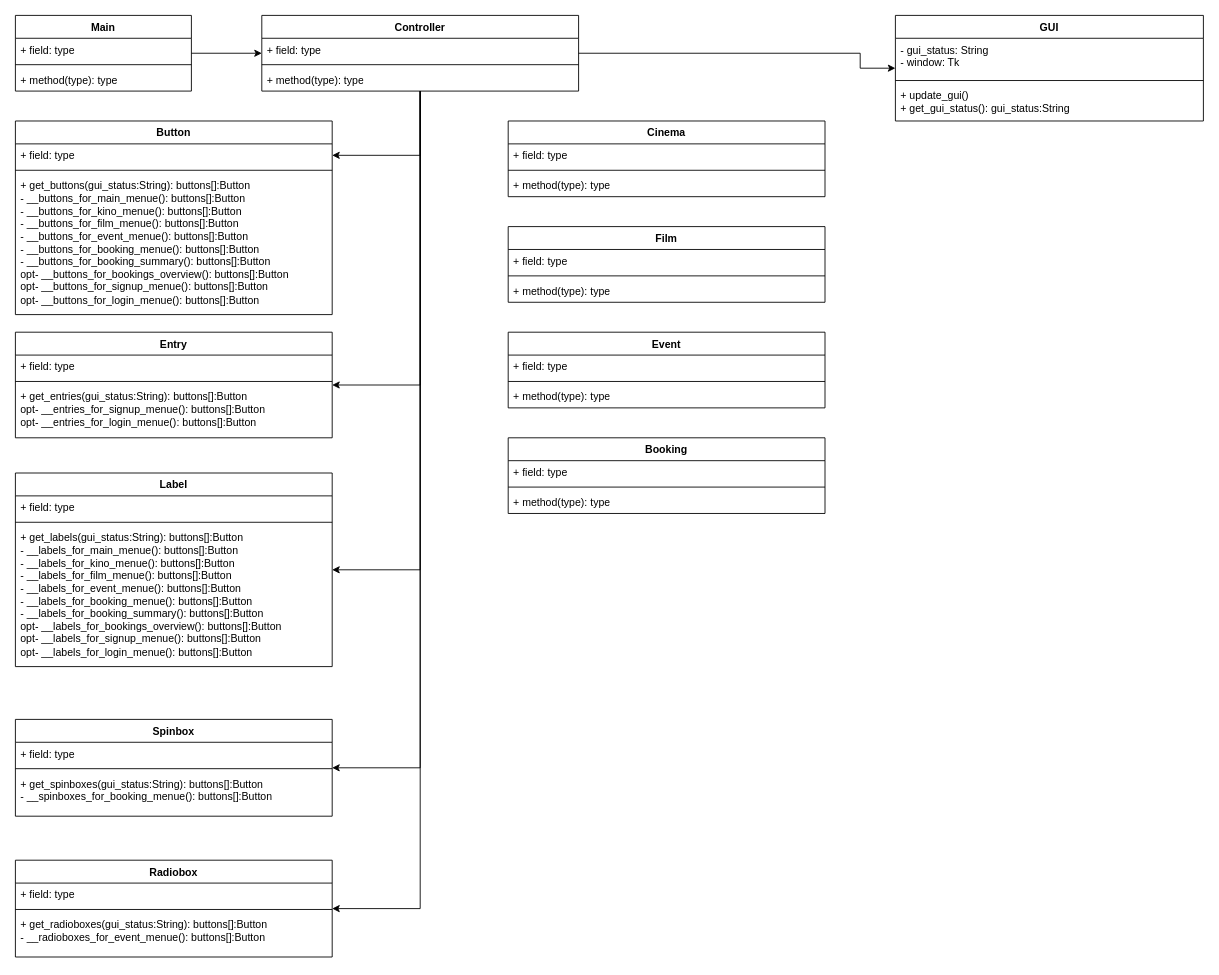
SirPatschiii/Kinobuchungsprogramm keeps this draw.io diagram as Klassendiagramm Kinobuchungsprogramm.drawio. Above is the earlier version. Source tidied: cells renumbered, new cells numbered last; positions are measured from the earlier drawing's top-left corner, leaving out a move shared by most shapes. Both pictures are drawn from the tidied source at 88%, with x=0, y=0 at pixel (15, 15).
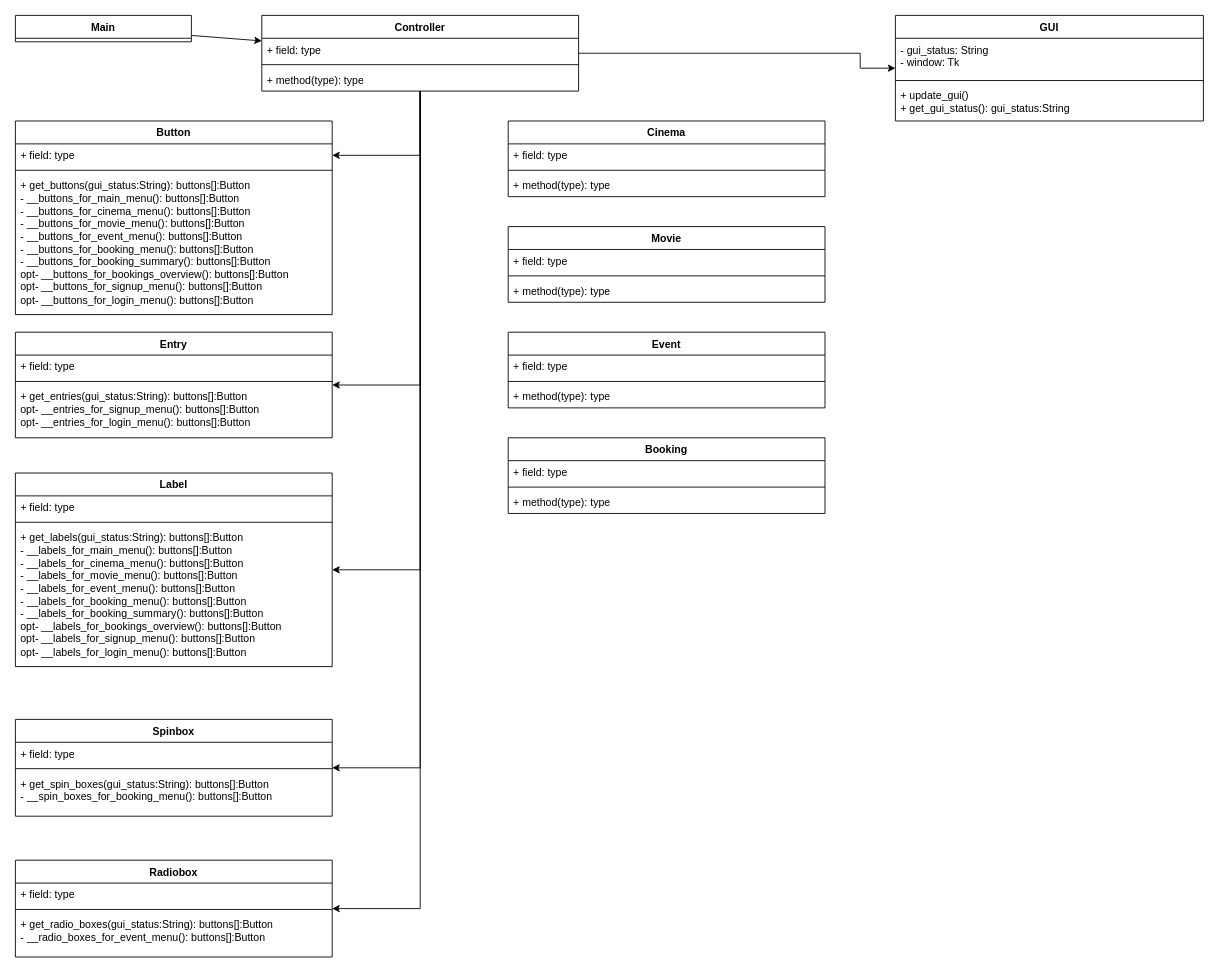
After the change.

Unchanged cells that the change refers to:
```xml
<mxCell id="16" value="Button" style="swimlane;fontStyle=1;align=center;verticalAlign=top;horizontal=1;startSize=26;whiteSpace=wrap;html=1;" parent="1" vertex="1">
  <mxGeometry y="120" width="360" height="220" as="geometry" />
</mxCell>
<mxCell id="21" value="Entry" style="swimlane;fontStyle=1;align=center;verticalAlign=top;horizontal=1;startSize=26;whiteSpace=wrap;html=1;" parent="1" vertex="1">
  <mxGeometry y="360" width="360" height="120" as="geometry" />
</mxCell>
<mxCell id="25" value="Label" style="swimlane;fontStyle=1;align=center;verticalAlign=top;horizontal=1;startSize=26;whiteSpace=wrap;html=1;" parent="1" vertex="1">
  <mxGeometry y="520" width="360" height="220" as="geometry" />
</mxCell>
<mxCell id="29" value="Spinbox" style="swimlane;fontStyle=1;align=center;verticalAlign=top;horizontal=1;startSize=26;whiteSpace=wrap;html=1;" parent="1" vertex="1">
  <mxGeometry y="800" width="360" height="110" as="geometry" />
</mxCell>
<mxCell id="33" value="Radiobox" style="swimlane;fontStyle=1;align=center;verticalAlign=top;horizontal=1;startSize=26;whiteSpace=wrap;html=1;" parent="1" vertex="1">
  <mxGeometry y="960" width="360" height="110" as="geometry" />
</mxCell>
```

Change to the diagram source:
```diff
@@
     <mxCell id="3" value="Main" style="swimlane;fontStyle=1;align=center;verticalAlign=top;horizontal=1;startSize=26;whiteSpace=wrap;html=1;" parent="1" vertex="1">
-      <mxGeometry width="200" height="86" as="geometry" />
+      <mxGeometry width="200" height="30" as="geometry" />
     </mxCell>
-    <mxCell id="4" value="+ field: type" style="text;strokeColor=none;fillColor=none;align=left;verticalAlign=top;spacingLeft=4;spacingRight=4;overflow=hidden;whiteSpace=wrap;html=1;" parent="3" vertex="1">
-      <mxGeometry y="26" width="200" height="26" as="geometry" />
-    </mxCell>
-    <mxCell id="5" style="line;strokeWidth=1;fillColor=none;align=left;verticalAlign=middle;spacingTop=-1;spacingLeft=3;spacingRight=3;labelPosition=right;strokeColor=inherit;" parent="3" vertex="1">
-      <mxGeometry y="52" width="200" height="8" as="geometry" />
-    </mxCell>
-    <mxCell id="6" value="+ method(type): type" style="text;strokeColor=none;fillColor=none;align=left;verticalAlign=top;spacingLeft=4;spacingRight=4;overflow=hidden;whiteSpace=wrap;html=1;" parent="3" vertex="1">
-      <mxGeometry y="60" width="200" height="26" as="geometry" />
-    </mxCell>
@@
-    <mxCell id="19" value="+ get_buttons(gui_status:String): buttons[]:Button&lt;br&gt;- __buttons_for_main_menue(): buttons[]:Button&lt;br&gt;- __buttons_for_kino_menue(): buttons[]:Button&lt;br&gt;- __buttons_for_film_menue(): buttons[]:Button&lt;br&gt;- __buttons_for_event_menue(): buttons[]:Button&lt;br&gt;- __buttons_for_booking_menue(): buttons[]:Button&lt;br&gt;- __buttons_for_booking_summary(): buttons[]:Button&lt;br&gt;opt- __buttons_for_bookings_overview(): buttons[]:Button&lt;br&gt;opt- __buttons_for_signup_menue(): buttons[]:Button&lt;br&gt;opt- __buttons_for_login_menue(): buttons[]:Button" style="text;strokeColor=none;fillColor=none;align=left;verticalAlign=top;spacingLeft=4;spacingRight=4;overflow=hidden;whiteSpace=wrap;html=1;" parent="16" vertex="1">
+    <mxCell id="19" value="+ get_buttons(gui_status:String): buttons[]:Button&lt;br&gt;- __buttons_for_main_menu(): buttons[]:Button&lt;br&gt;- __buttons_for_cinema_menu(): buttons[]:Button&lt;br&gt;- __buttons_for_movie_menu(): buttons[]:Button&lt;br&gt;- __buttons_for_event_menu(): buttons[]:Button&lt;br&gt;- __buttons_for_booking_menu(): buttons[]:Button&lt;br&gt;- __buttons_for_booking_summary(): buttons[]:Button&lt;br&gt;opt- __buttons_for_bookings_overview(): buttons[]:Button&lt;br&gt;opt- __buttons_for_signup_menu(): buttons[]:Button&lt;br&gt;opt- __buttons_for_login_menu(): buttons[]:Button" style="text;strokeColor=none;fillColor=none;align=left;verticalAlign=top;spacingLeft=4;spacingRight=4;overflow=hidden;whiteSpace=wrap;html=1;" parent="16" vertex="1">
       <mxGeometry y="60" width="360" height="160" as="geometry" />
     </mxCell>
@@
-    <mxCell id="24" value="+ get_entries(gui_status:String): buttons[]:Button&lt;br&gt;opt- __entries_for_signup_menue(): buttons[]:Button&lt;br&gt;opt- __entries_for_login_menue(): buttons[]:Button" style="text;strokeColor=none;fillColor=none;align=left;verticalAlign=top;spacingLeft=4;spacingRight=4;overflow=hidden;whiteSpace=wrap;html=1;" parent="21" vertex="1">
+    <mxCell id="24" value="+ get_entries(gui_status:String): buttons[]:Button&lt;br&gt;opt- __entries_for_signup_menu(): buttons[]:Button&lt;br&gt;opt- __entries_for_login_menu(): buttons[]:Button" style="text;strokeColor=none;fillColor=none;align=left;verticalAlign=top;spacingLeft=4;spacingRight=4;overflow=hidden;whiteSpace=wrap;html=1;" parent="21" vertex="1">
       <mxGeometry y="60" width="360" height="60" as="geometry" />
     </mxCell>
@@
-    <mxCell id="28" value="+ get_labels(gui_status:String): buttons[]:Button&lt;br&gt;- __labels_for_main_menue(): buttons[]:Button&lt;br&gt;- __labels_for_kino_menue(): buttons[]:Button&lt;br&gt;- __labels_for_film_menue(): buttons[]:Button&lt;br&gt;- __labels_for_event_menue(): buttons[]:Button&lt;br&gt;- __labels_for_booking_menue(): buttons[]:Button&lt;br&gt;- __labels_for_booking_summary(): buttons[]:Button&lt;br&gt;opt- __labels_for_bookings_overview(): buttons[]:Button&lt;br&gt;opt- __labels_for_signup_menue(): buttons[]:Button&lt;br&gt;opt- __labels_for_login_menue(): buttons[]:Button" style="text;strokeColor=none;fillColor=none;align=left;verticalAlign=top;spacingLeft=4;spacingRight=4;overflow=hidden;whiteSpace=wrap;html=1;" parent="25" vertex="1">
+    <mxCell id="28" value="+ get_labels(gui_status:String): buttons[]:Button&lt;br&gt;- __labels_for_main_menu(): buttons[]:Button&lt;br&gt;- __labels_for_cinema_menu(): buttons[]:Button&lt;br&gt;- __labels_for_movie_menu(): buttons[]:Button&lt;br&gt;- __labels_for_event_menu(): buttons[]:Button&lt;br&gt;- __labels_for_booking_menu(): buttons[]:Button&lt;br&gt;- __labels_for_booking_summary(): buttons[]:Button&lt;br&gt;opt- __labels_for_bookings_overview(): buttons[]:Button&lt;br&gt;opt- __labels_for_signup_menu(): buttons[]:Button&lt;br&gt;opt- __labels_for_login_menu(): buttons[]:Button" style="text;strokeColor=none;fillColor=none;align=left;verticalAlign=top;spacingLeft=4;spacingRight=4;overflow=hidden;whiteSpace=wrap;html=1;" parent="25" vertex="1">
       <mxGeometry y="60" width="360" height="160" as="geometry" />
     </mxCell>
@@
-    <mxCell id="32" value="+ get_spinboxes(gui_status:String): buttons[]:Button&lt;br&gt;- __spinboxes_for_booking_menue(): buttons[]:Button" style="text;strokeColor=none;fillColor=none;align=left;verticalAlign=top;spacingLeft=4;spacingRight=4;overflow=hidden;whiteSpace=wrap;html=1;" parent="29" vertex="1">
+    <mxCell id="32" value="+ get_spin_boxes(gui_status:String): buttons[]:Button&lt;br&gt;- __spin_boxes_for_booking_menu(): buttons[]:Button" style="text;strokeColor=none;fillColor=none;align=left;verticalAlign=top;spacingLeft=4;spacingRight=4;overflow=hidden;whiteSpace=wrap;html=1;" parent="29" vertex="1">
       <mxGeometry y="60" width="360" height="50" as="geometry" />
     </mxCell>
@@
-    <mxCell id="36" value="+ get_radioboxes(gui_status:String): buttons[]:Button&lt;br&gt;- __radioboxes_for_event_menue(): buttons[]:Button" style="text;strokeColor=none;fillColor=none;align=left;verticalAlign=top;spacingLeft=4;spacingRight=4;overflow=hidden;whiteSpace=wrap;html=1;" parent="33" vertex="1">
+    <mxCell id="36" value="+ get_radio_boxes(gui_status:String): buttons[]:Button&lt;br&gt;- __radio_boxes_for_event_menu(): buttons[]:Button" style="text;strokeColor=none;fillColor=none;align=left;verticalAlign=top;spacingLeft=4;spacingRight=4;overflow=hidden;whiteSpace=wrap;html=1;" parent="33" vertex="1">
       <mxGeometry y="60" width="360" height="50" as="geometry" />
     </mxCell>
@@
-    <mxCell id="45" value="Film" style="swimlane;fontStyle=1;align=center;verticalAlign=top;horizontal=1;startSize=26;whiteSpace=wrap;html=1;" parent="1" vertex="1">
+    <mxCell id="45" value="Movie" style="swimlane;fontStyle=1;align=center;verticalAlign=top;horizontal=1;startSize=26;whiteSpace=wrap;html=1;" parent="1" vertex="1">
       <mxGeometry x="560" y="240" width="360" height="86" as="geometry" />
     </mxCell>
```
